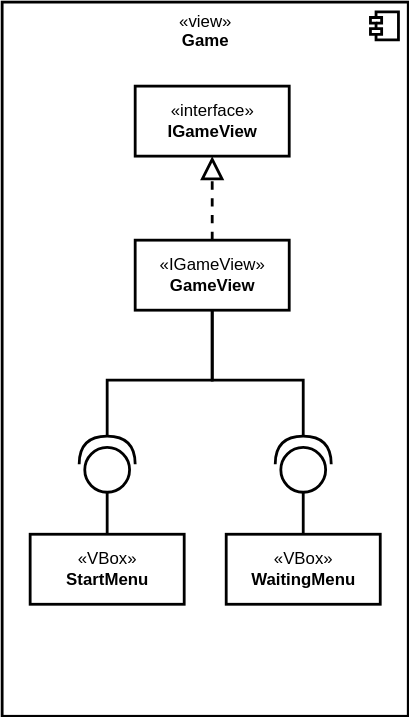
HaniAlshikh/tron keeps this draw.io diagram as docs/application/diagrams/GameViewClassDiagram.drawio.svg. Above is the earlier version. Source tidied: cells renumbered, new cells last; positions are measured from the earlier drawing's top-left corner, leaving out a move shared by most shapes.
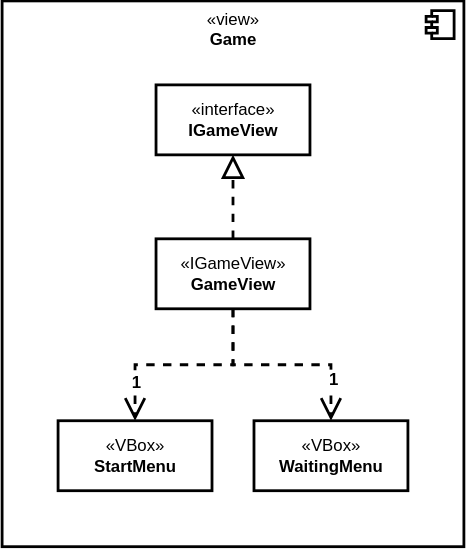
The same diagram one commit later.

Commit message:
view class diagrams

The edit, as a diff of the source:
```diff
@@ -3,7 +3,7 @@
     <mxCell id="0" />
     <mxCell id="1" parent="0" />
     <mxCell id="2" value="«view»&lt;b&gt;&lt;br&gt;Game&lt;/b&gt;" style="html=1;strokeWidth=2;align=center;verticalAlign=top;" parent="1" vertex="1">
-      <mxGeometry width="290" height="510" as="geometry" />
+      <mxGeometry x="-20" width="330" height="390" as="geometry" />
     </mxCell>
     <mxCell id="3" style="shape=module;jettyWidth=8;jettyHeight=4;strokeWidth=2;align=center;verticalAlign=middle;" parent="2" vertex="1">
       <mxGeometry x="1" width="20" height="20" relative="1" as="geometry">
@@ -11,48 +11,33 @@
       </mxGeometry>
     </mxCell>
     <mxCell id="4" value="«interface»&lt;br&gt;&lt;b&gt;IGameView&lt;/b&gt;" style="html=1;strokeWidth=2;" parent="1" vertex="1">
-      <mxGeometry x="95" y="60" width="110" height="50" as="geometry" />
+      <mxGeometry x="90" y="60" width="110" height="50" as="geometry" />
     </mxCell>
+    <mxCell id="15" style="edgeStyle=orthogonalEdgeStyle;shape=connector;rounded=0;html=1;dashed=1;labelBackgroundColor=default;fontFamily=Helvetica;fontSize=11;fontColor=default;endArrow=open;endSize=12;strokeColor=default;strokeWidth=2;" parent="1" edge="1" source="5" target="11">
+      <mxGeometry relative="1" as="geometry" />
+    </mxCell>
+    <mxCell id="16" value="&lt;b&gt;&lt;font style=&quot;font-size: 12px&quot;&gt;1&lt;/font&gt;&lt;/b&gt;" style="edgeLabel;html=1;align=center;verticalAlign=middle;fontSize=11;fontFamily=Helvetica;fontColor=default;" parent="15" vertex="1">
+      <mxGeometry x="0.62" y="1" relative="1" as="geometry">
+        <mxPoint x="1" y="-1" as="offset" />
+      </mxGeometry>
+    </mxCell>
     <mxCell id="5" value="«IGameView»&lt;br&gt;&lt;b&gt;GameView&lt;/b&gt;" style="html=1;strokeWidth=2;" parent="1" vertex="1">
-      <mxGeometry x="95" y="170" width="110" height="50" as="geometry" />
+      <mxGeometry x="90" y="170" width="110" height="50" as="geometry" />
     </mxCell>
     <mxCell id="6" style="endArrow=block;dashed=1;endFill=0;endSize=12;html=1;fontSize=12;strokeWidth=2;" parent="1" edge="1" source="5" target="4">
       <mxGeometry relative="1" as="geometry" />
     </mxCell>
-    <mxCell id="7" style="edgeStyle=orthogonalEdgeStyle;shape=connector;rounded=0;html=1;entryX=0.5;entryY=1;entryDx=0;entryDy=0;labelBackgroundColor=default;fontFamily=Helvetica;fontSize=11;fontColor=default;endArrow=none;endFill=0;strokeColor=default;strokeWidth=2;" parent="1" edge="1" source="8" target="5">
-      <mxGeometry relative="1" as="geometry">
-        <Array as="points">
-          <mxPoint x="75" y="270" />
-          <mxPoint x="150" y="270" />
-        </Array>
-      </mxGeometry>
-    </mxCell>
-    <mxCell id="8" style="shape=providedRequiredInterface;html=1;verticalLabelPosition=bottom;strokeWidth=2;direction=south;flipV=1;" parent="1" vertex="1">
-      <mxGeometry x="55" y="310" width="40" height="40" as="geometry" />
-    </mxCell>
-    <mxCell id="9" style="html=1;entryX=0;entryY=0.5;entryDx=0;entryDy=0;entryPerimeter=0;strokeWidth=2;strokeColor=default;rounded=0;edgeStyle=orthogonalEdgeStyle;endArrow=none;endFill=0;" parent="1" edge="1" source="10" target="8">
-      <mxGeometry relative="1" as="geometry" />
-    </mxCell>
     <mxCell id="10" value="«VBox»&lt;br&gt;&lt;b&gt;StartMenu&lt;/b&gt;" style="html=1;strokeWidth=2;" parent="1" vertex="1">
-      <mxGeometry x="20" y="380" width="110" height="50" as="geometry" />
+      <mxGeometry x="20" y="300" width="110" height="50" as="geometry" />
     </mxCell>
     <mxCell id="11" value="«VBox»&lt;br&gt;&lt;b&gt;WaitingMenu&lt;/b&gt;" style="html=1;strokeWidth=2;" parent="1" vertex="1">
-      <mxGeometry x="160" y="380" width="110" height="50" as="geometry" />
+      <mxGeometry x="160" y="300" width="110" height="50" as="geometry" />
     </mxCell>
-    <mxCell id="12" style="edgeStyle=orthogonalEdgeStyle;shape=connector;rounded=0;html=1;labelBackgroundColor=default;fontFamily=Helvetica;fontSize=11;fontColor=default;endArrow=none;endFill=0;strokeColor=default;strokeWidth=2;" parent="1" edge="1" source="14">
-      <mxGeometry relative="1" as="geometry">
-        <mxPoint x="150" y="220" as="targetPoint" />
-        <Array as="points">
-          <mxPoint x="215" y="270" />
-          <mxPoint x="150" y="270" />
-        </Array>
-      </mxGeometry>
-    </mxCell>
-    <mxCell id="13" style="edgeStyle=orthogonalEdgeStyle;shape=connector;rounded=0;html=1;labelBackgroundColor=default;fontFamily=Helvetica;fontSize=11;fontColor=default;endArrow=none;endFill=0;strokeColor=default;strokeWidth=2;" parent="1" edge="1" source="14" target="11">
-      <mxGeometry relative="1" as="geometry" />
-    </mxCell>
-    <mxCell id="14" style="shape=providedRequiredInterface;html=1;verticalLabelPosition=bottom;strokeWidth=2;direction=south;flipV=1;" parent="1" vertex="1">
-      <mxGeometry x="195" y="310" width="40" height="40" as="geometry" />
-    </mxCell>
+    <mxCell id="17" style="endArrow=open;endSize=12;dashed=1;html=1;strokeWidth=2;edgeStyle=orthogonalEdgeStyle;rounded=0;" parent="1" edge="1" source="5" target="10">
+      <mxGeometry relative="1" as="geometry" />
+    </mxCell>
+    <mxCell id="18" value="&lt;b&gt;1&lt;/b&gt;" style="edgeLabel;html=1;align=center;verticalAlign=middle;fontSize=12;fontFamily=Helvetica;fontColor=default;" parent="17" vertex="1">
+      <mxGeometry x="0.64" y="1" relative="1" as="geometry" />
+    </mxCell>
   </root>
 </mxGraphModel>
```
